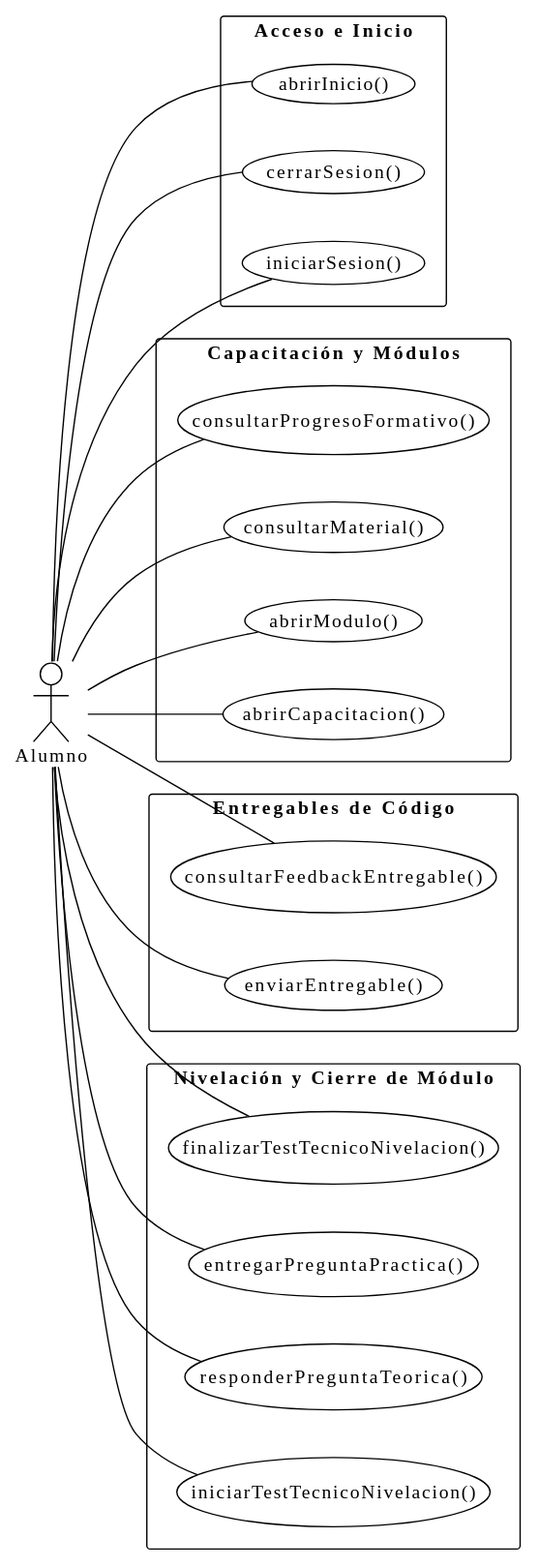
The PlantUML diagram images/RUP/01-requisitos/01-actores-casos-uso/actoresCasosUsoAlumno.svg in TheMoys/CTS-Academy, before a commit.
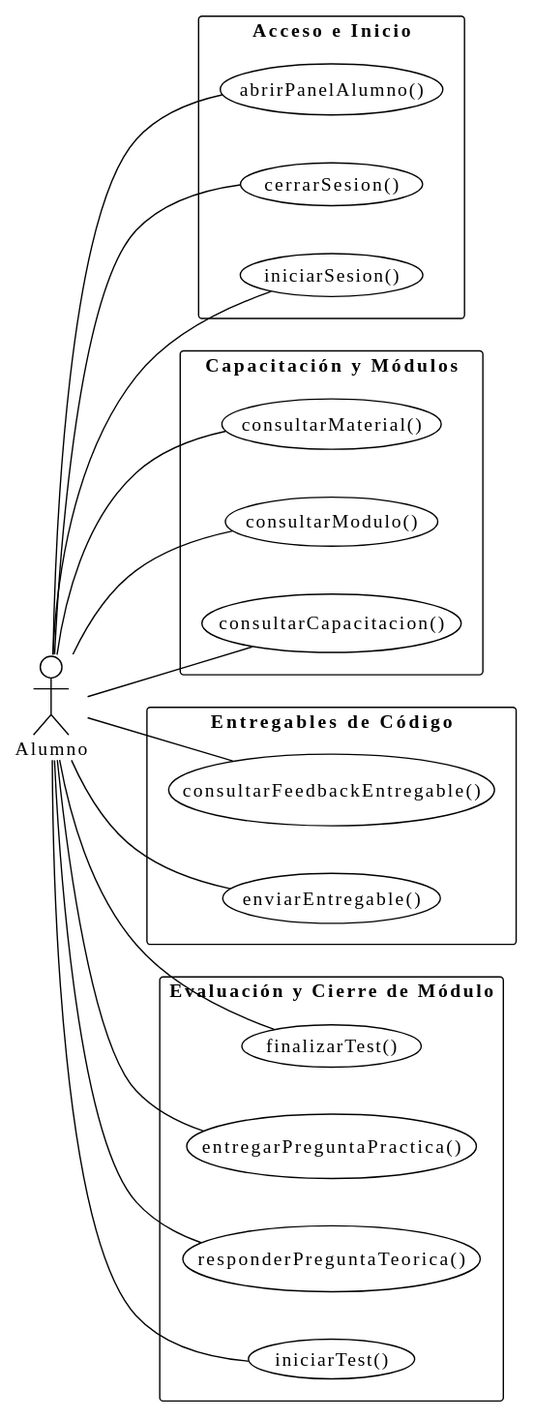
After the change.

The edit, as a diff of the source:
```diff
@@ -8,14 +8,13 @@
 package "Acceso e Inicio" {
   usecase iniciarSesion as "iniciarSesion()"
   usecase cerrarSesion as "cerrarSesion()"
-  usecase abrirInicio as "abrirInicio()"
+  usecase abrirPanelAlumno as "abrirPanelAlumno()"
 }
 
 package "Capacitación y Módulos" {
-  usecase abrirCapacitacion as "abrirCapacitacion()"
-  usecase abrirModulo as "abrirModulo()"
+  usecase consultarCapacitacion as "consultarCapacitacion()"
+  usecase consultarModulo as "consultarModulo()"
   usecase consultarMaterial as "consultarMaterial()"
-  usecase consultarProgresoFormativo as "consultarProgresoFormativo()"
 }
 
 package "Entregables de Código" {
@@ -23,27 +22,26 @@
   usecase consultarFeedbackEntregable as "consultarFeedbackEntregable()"
 }
 
-package "Nivelación y Cierre de Módulo" {
-  usecase iniciarTestTecnicoNivelacion as "iniciarTestTecnicoNivelacion()"
+package "Evaluación y Cierre de Módulo" {
+  usecase iniciarTest as "iniciarTest()"
   usecase responderPreguntaTeorica as "responderPreguntaTeorica()"
   usecase entregarPreguntaPractica as "entregarPreguntaPractica()"
-  usecase finalizarTestTecnicoNivelacion as "finalizarTestTecnicoNivelacion()"
+  usecase finalizarTest as "finalizarTest()"
 }
 
 Alumno -- iniciarSesion
 Alumno -- cerrarSesion
-Alumno -- abrirInicio
+Alumno -- abrirPanelAlumno
 
-Alumno -- abrirCapacitacion
-Alumno -- abrirModulo
+Alumno -- consultarCapacitacion
+Alumno -- consultarModulo
 Alumno -- consultarMaterial
-Alumno -- consultarProgresoFormativo
 
 Alumno -- enviarEntregable
 Alumno -- consultarFeedbackEntregable
 
-Alumno -- iniciarTestTecnicoNivelacion
+Alumno -- iniciarTest
 Alumno -- responderPreguntaTeorica
 Alumno -- entregarPreguntaPractica
-Alumno -- finalizarTestTecnicoNivelacion
+Alumno -- finalizarTest
 @enduml
```
